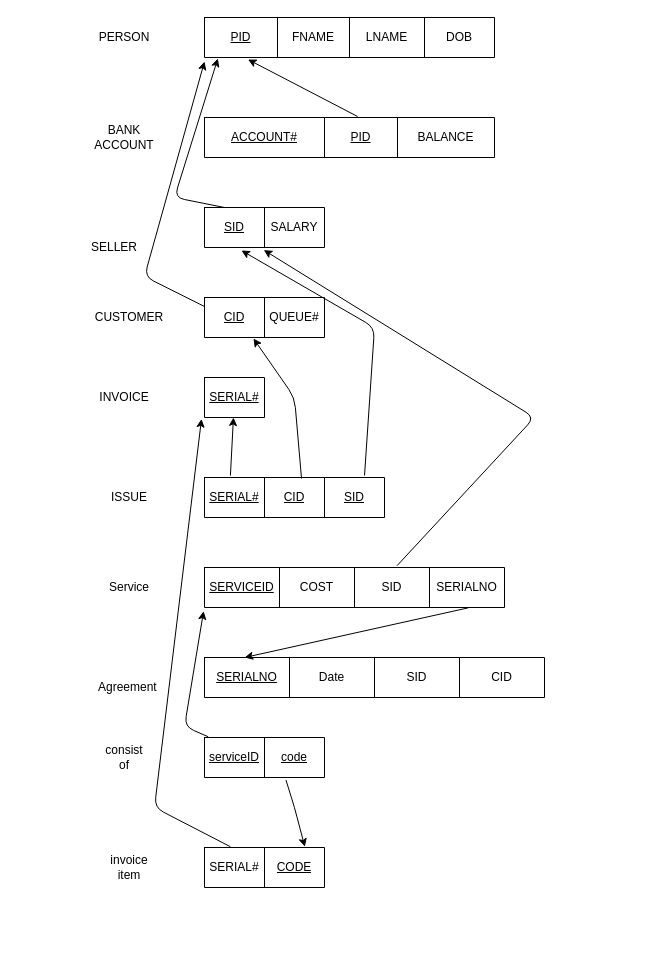
The draw.io diagram Schema.drawio in MahmoudOsama97/Company-SQL-project-, before the edit. Source tidied: cells renumbered, new cells numbered last; positions are measured from the earlier drawing's top-left corner, leaving out a move shared by most shapes. Both pictures are drawn from the tidied source at 100%, with x=0, y=0 at pixel (94, 17).
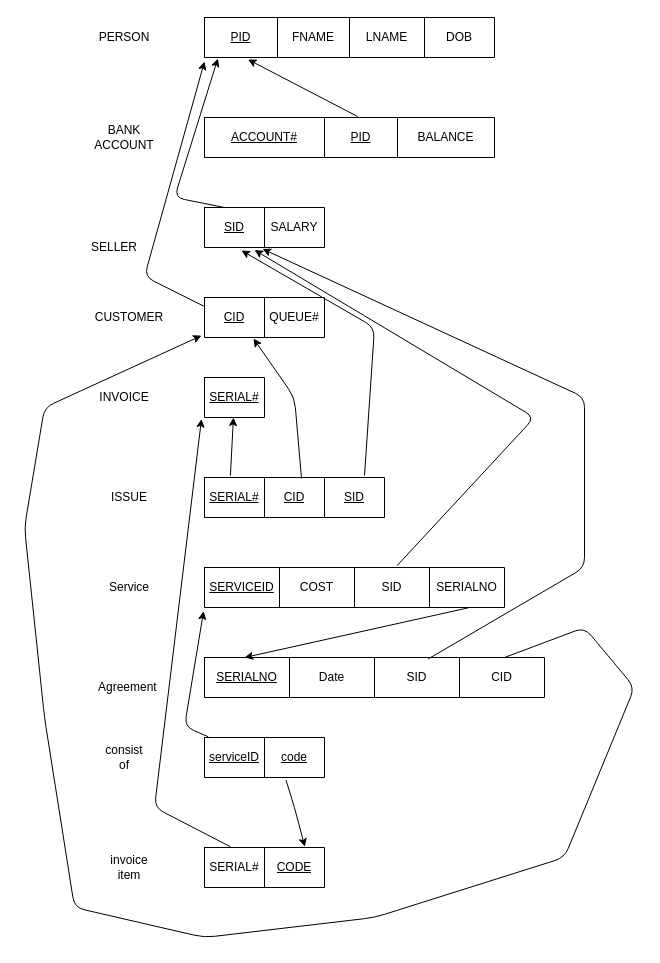
The same diagram, later.

Unchanged cells that the change refers to:
```xml
<mxCell id="5" style="shape=partialRectangle;html=1;whiteSpace=wrap;fillColor=none;top=0;left=0;bottom=0;right=0;points=[[0,0.5],[1,0.5]];portConstraint=eastwest;" parent="4" vertex="1">
  <mxGeometry width="120" height="40" as="geometry" />
</mxCell>
<mxCell id="17" style="shape=partialRectangle;html=1;whiteSpace=wrap;fillColor=none;top=0;left=0;bottom=0;right=0;points=[[0,0.5],[1,0.5]];portConstraint=eastwest;" parent="16" vertex="1">
  <mxGeometry width="120" height="40" as="geometry" />
</mxCell>
<mxCell id="36" style="shape=partialRectangle;html=1;whiteSpace=wrap;fillColor=none;top=0;left=0;bottom=0;right=0;points=[[0,0.5],[1,0.5]];portConstraint=eastwest;" parent="35" vertex="1">
  <mxGeometry width="300" height="40" as="geometry" />
</mxCell>
<mxCell id="51" style="shape=partialRectangle;html=1;whiteSpace=wrap;fillColor=none;top=0;left=0;bottom=0;right=0;points=[[0,0.5],[1,0.5]];portConstraint=eastwest;" parent="50" vertex="1">
  <mxGeometry width="340" height="40" as="geometry" />
</mxCell>
```

What changed in the source:
```diff
@@
-    <mxCell id="60" style="endArrow=classic;html=1;exitX=0.642;exitY=-0.047;exitDx=0;exitDy=0;exitPerimeter=0;entryX=0.494;entryY=1.064;entryDx=0;entryDy=0;entryPerimeter=0;" parent="1" edge="1" source="36" target="17">
+    <mxCell id="60" style="endArrow=classic;html=1;exitX=0.642;exitY=-0.047;exitDx=0;exitDy=0;exitPerimeter=0;entryX=0.417;entryY=1.064;entryDx=0;entryDy=0;entryPerimeter=0;" parent="1" edge="1" source="36" target="17">
       <mxGeometry relative="1" as="geometry">
         <Array as="points">
           <mxPoint x="440" y="400" />
         </Array>
       </mxGeometry>
     </mxCell>
@@
+    <mxCell id="70" style="endArrow=classic;html=1;exitX=0.658;exitY=0.036;exitDx=0;exitDy=0;exitPerimeter=0;entryX=0.484;entryY=1.036;entryDx=0;entryDy=0;entryPerimeter=0;" parent="1" edge="1" source="51" target="17">
+      <mxGeometry relative="1" as="geometry">
+        <Array as="points">
+          <mxPoint x="490" y="550" />
+          <mxPoint x="490" y="380" />
+        </Array>
+      </mxGeometry>
+    </mxCell>
+    <mxCell id="71" style="endArrow=classic;html=1;entryX=-0.025;entryY=0.953;entryDx=0;entryDy=0;entryPerimeter=0;" parent="1" edge="1" target="5">
+      <mxGeometry relative="1" as="geometry">
+        <mxPoint x="410" y="640" as="sourcePoint" />
+        <Array as="points">
+          <mxPoint x="490" y="610" />
+          <mxPoint x="540" y="670" />
+          <mxPoint x="470" y="840" />
+          <mxPoint x="280" y="900" />
+          <mxPoint x="110" y="920" />
+          <mxPoint x="-20" y="890" />
+          <mxPoint x="-50" y="700" />
+          <mxPoint x="-70" y="510" />
+          <mxPoint x="-50" y="390" />
+        </Array>
+      </mxGeometry>
+    </mxCell>
```
